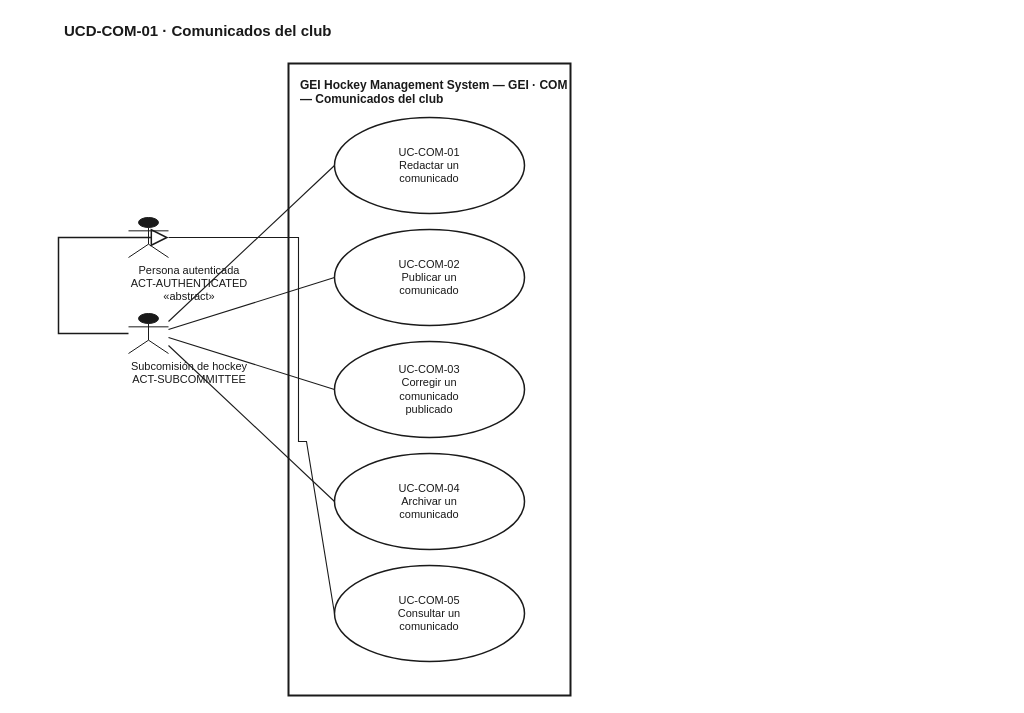
Earlier version of the draw.io diagram docs/uml/use-cases/source-v1_1/UCD-COM-01__GEI_Announcements.drawio (xeyroxpagode/Cluber). Source tidied: cells renumbered, new cells numbered last; positions are measured from the earlier drawing's top-left corner, leaving out a move shared by most shapes. Both pictures are drawn from the tidied source at 100%, with x=0, y=0 at pixel (58, 17).
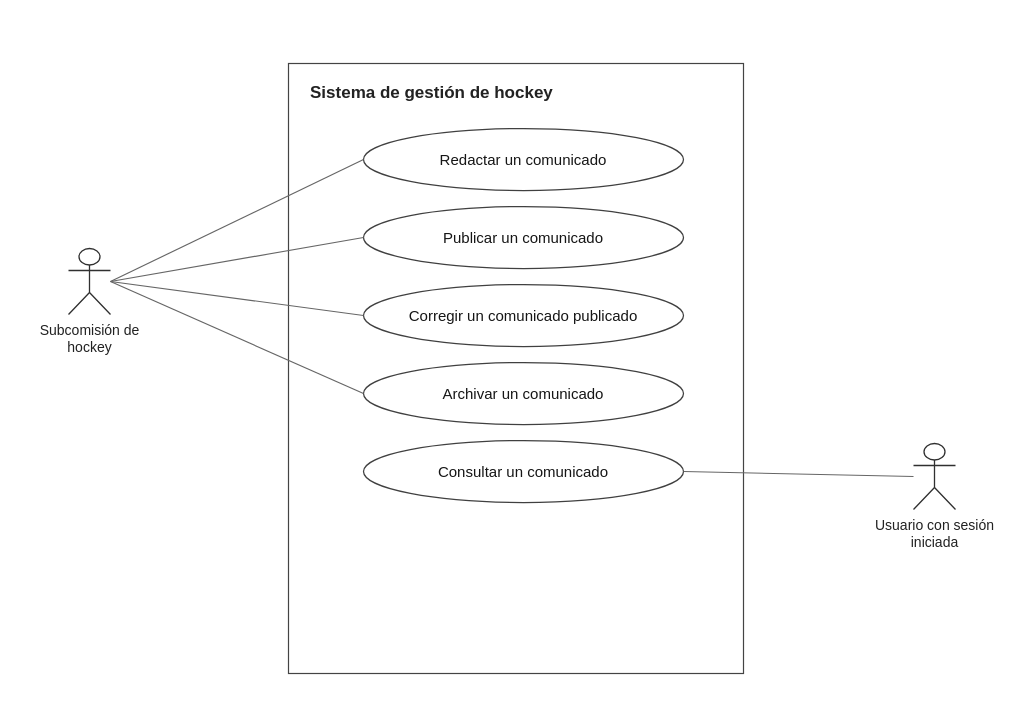
The same diagram, later.

Diff of the diagram source:
```diff
@@
-<mxGraphModel>
+<mxGraphModel background="#FFFFFF">
@@
-    <mxCell id="2" value="UCD-COM-01 · Comunicados del club" style="text;html=1;strokeColor=none;fillColor=none;align=left;verticalAlign=middle;fontFamily=Helvetica;fontSize=15;fontStyle=1;fontColor=#1A1A1A;" parent="1" vertex="1">
-      <mxGeometry x="4" width="800" height="26" as="geometry" />
-    </mxCell>
-    <mxCell id="3" value="GEI Hockey Management System — GEI · COM — Comunicados del club" style="rounded=0;whiteSpace=wrap;html=1;fillColor=#FFFFFF;strokeColor=#1A1A1A;strokeWidth=2;verticalAlign=top;align=left;spacingLeft=10;spacingTop=8;fontFamily=Helvetica;fontSize=12;fontStyle=1;fontColor=#1A1A1A;" parent="1" vertex="1">
-      <mxGeometry x="230" y="46" width="282" height="632" as="geometry" />
+    <mxCell id="3" value="Sistema de gestión de hockey" style="rounded=0;whiteSpace=wrap;html=1;fillColor=#FFFFFF;strokeColor=#444444;strokeWidth=1.2;fontStyle=1;fontSize=17;fontColor=#222222;align=left;verticalAlign=top;spacingLeft=20;spacingTop=13;" parent="1" vertex="1">
+      <mxGeometry x="230" y="46" width="455" height="610" as="geometry" />
     </mxCell>
-    <mxCell id="4" value="UC-COM-01&lt;br&gt;Redactar un&lt;br&gt;comunicado" style="ellipse;whiteSpace=wrap;html=1;fillColor=#FFFFFF;strokeColor=#1A1A1A;strokeWidth=1.5;fontFamily=Helvetica;fontSize=11;fontColor=#1A1A1A;align=center;verticalAlign=middle;" parent="1" vertex="1">
-      <mxGeometry x="276" y="100" width="190" height="96" as="geometry" />
-    </mxCell>
-    <mxCell id="5" value="UC-COM-02&lt;br&gt;Publicar un&lt;br&gt;comunicado" style="ellipse;whiteSpace=wrap;html=1;fillColor=#FFFFFF;strokeColor=#1A1A1A;strokeWidth=1.5;fontFamily=Helvetica;fontSize=11;fontColor=#1A1A1A;align=center;verticalAlign=middle;" parent="1" vertex="1">
-      <mxGeometry x="276" y="212" width="190" height="96" as="geometry" />
-    </mxCell>
-    <mxCell id="6" value="UC-COM-03&lt;br&gt;Corregir un&lt;br&gt;comunicado&lt;br&gt;publicado" style="ellipse;whiteSpace=wrap;html=1;fillColor=#FFFFFF;strokeColor=#1A1A1A;strokeWidth=1.5;fontFamily=Helvetica;fontSize=11;fontColor=#1A1A1A;align=center;verticalAlign=middle;" parent="1" vertex="1">
-      <mxGeometry x="276" y="324" width="190" height="96" as="geometry" />
-    </mxCell>
-    <mxCell id="7" value="UC-COM-04&lt;br&gt;Archivar un&lt;br&gt;comunicado" style="ellipse;whiteSpace=wrap;html=1;fillColor=#FFFFFF;strokeColor=#1A1A1A;strokeWidth=1.5;fontFamily=Helvetica;fontSize=11;fontColor=#1A1A1A;align=center;verticalAlign=middle;" parent="1" vertex="1">
-      <mxGeometry x="276" y="436" width="190" height="96" as="geometry" />
-    </mxCell>
-    <mxCell id="8" value="UC-COM-05&lt;br&gt;Consultar un&lt;br&gt;comunicado" style="ellipse;whiteSpace=wrap;html=1;fillColor=#FFFFFF;strokeColor=#1A1A1A;strokeWidth=1.5;fontFamily=Helvetica;fontSize=11;fontColor=#1A1A1A;align=center;verticalAlign=middle;" parent="1" vertex="1">
-      <mxGeometry x="276" y="548" width="190" height="96" as="geometry" />
-    </mxCell>
-    <mxCell id="9" style="shape=umlActor;html=1;verticalLabelPosition=bottom;verticalAlign=top;align=center;labelBackgroundColor=#FFFFFF;fontFamily=Helvetica;fontSize=11;fontColor=#1A1A1A;strokeColor=#1A1A1A;fillColor=#1A1A1A;" parent="1" vertex="1">
-      <mxGeometry x="70" y="200" width="40" height="40" as="geometry" />
-    </mxCell>
-    <mxCell id="10" value="Persona autenticada&lt;br&gt;ACT-AUTHENTICATED&lt;br&gt;«abstract»" style="text;html=1;strokeColor=none;fillColor=none;align=center;verticalAlign=top;fontFamily=Helvetica;fontSize=11;fontColor=#1A1A1A;whiteSpace=wrap;" parent="1" vertex="1">
-      <mxGeometry x="46" y="240" width="170" height="42" as="geometry" />
-    </mxCell>
-    <mxCell id="11" style="shape=umlActor;html=1;verticalLabelPosition=bottom;verticalAlign=top;align=center;labelBackgroundColor=#FFFFFF;fontFamily=Helvetica;fontSize=11;fontColor=#1A1A1A;strokeColor=#1A1A1A;fillColor=#1A1A1A;" parent="1" vertex="1">
-      <mxGeometry x="70" y="296" width="40" height="40" as="geometry" />
-    </mxCell>
-    <mxCell id="12" value="Subcomisión de hockey&lt;br&gt;ACT-SUBCOMMITTEE" style="text;html=1;strokeColor=none;fillColor=none;align=center;verticalAlign=top;fontFamily=Helvetica;fontSize=11;fontColor=#1A1A1A;whiteSpace=wrap;" parent="1" vertex="1">
-      <mxGeometry x="46" y="336" width="170" height="28" as="geometry" />
-    </mxCell>
-    <mxCell id="13" style="endArrow=block;endFill=0;endSize=14;html=1;rounded=0;strokeColor=#1A1A1A;strokeWidth=1.5;exitX=0;exitY=0.5;exitDx=0;exitDy=0;entryX=1;entryY=0.5000;entryDx=0;entryDy=0;" parent="1" edge="1" source="11" target="9">
-      <mxGeometry relative="1" as="geometry">
-        <Array as="points">
-          <mxPoint y="316" />
-          <mxPoint y="220" />
-        </Array>
-      </mxGeometry>
-    </mxCell>
-    <mxCell id="14" style="endArrow=none;html=1;rounded=0;strokeColor=#1A1A1A;strokeWidth=1.1;exitX=1;exitY=0.2;exitDx=0;exitDy=0;entryX=0;entryY=0.5;entryDx=0;entryDy=0;" parent="1" edge="1" source="11" target="4">
-      <mxGeometry relative="1" as="geometry" />
-    </mxCell>
-    <mxCell id="15" style="endArrow=none;html=1;rounded=0;strokeColor=#1A1A1A;strokeWidth=1.1;exitX=1;exitY=0.4;exitDx=0;exitDy=0;entryX=0;entryY=0.5;entryDx=0;entryDy=0;" parent="1" edge="1" source="11" target="5">
-      <mxGeometry relative="1" as="geometry" />
-    </mxCell>
-    <mxCell id="16" style="endArrow=none;html=1;rounded=0;strokeColor=#1A1A1A;strokeWidth=1.1;exitX=1;exitY=0.6;exitDx=0;exitDy=0;entryX=0;entryY=0.5;entryDx=0;entryDy=0;" parent="1" edge="1" source="11" target="6">
-      <mxGeometry relative="1" as="geometry" />
-    </mxCell>
-    <mxCell id="17" style="endArrow=none;html=1;rounded=0;strokeColor=#1A1A1A;strokeWidth=1.1;exitX=1;exitY=0.8;exitDx=0;exitDy=0;entryX=0;entryY=0.5;entryDx=0;entryDy=0;" parent="1" edge="1" source="11" target="7">
-      <mxGeometry relative="1" as="geometry" />
-    </mxCell>
-    <mxCell id="18" style="endArrow=none;html=1;rounded=0;strokeColor=#1A1A1A;strokeWidth=1.1;exitX=1;exitY=0.5;exitDx=0;exitDy=0;entryX=0;entryY=0.5;entryDx=0;entryDy=0;" parent="1" edge="1" source="9" target="8">
-      <mxGeometry relative="1" as="geometry">
-        <Array as="points">
-          <mxPoint x="240" y="220" />
-          <mxPoint x="240" y="424" />
-          <mxPoint x="248" y="424" />
-          <mxPoint x="276" y="596" />
-        </Array>
-      </mxGeometry>
-    </mxCell>
+    <mxCell id="19" value="Redactar un comunicado" style="ellipse;html=1;whiteSpace=wrap;fillColor=#FFFFFF;strokeColor=#404040;strokeWidth=1.25;fontColor=#161616;fontSize=15;align=center;verticalAlign=middle;spacing=10;" parent="1" vertex="1">
+      <mxGeometry x="305" y="111" width="320" height="62" as="geometry" />
+    </mxCell>
+    <mxCell id="20" value="Publicar un comunicado" style="ellipse;html=1;whiteSpace=wrap;fillColor=#FFFFFF;strokeColor=#404040;strokeWidth=1.25;fontColor=#161616;fontSize=15;align=center;verticalAlign=middle;spacing=10;" parent="1" vertex="1">
+      <mxGeometry x="305" y="189" width="320" height="62" as="geometry" />
+    </mxCell>
+    <mxCell id="21" value="Corregir un comunicado publicado" style="ellipse;html=1;whiteSpace=wrap;fillColor=#FFFFFF;strokeColor=#404040;strokeWidth=1.25;fontColor=#161616;fontSize=15;align=center;verticalAlign=middle;spacing=10;" parent="1" vertex="1">
+      <mxGeometry x="305" y="267" width="320" height="62" as="geometry" />
+    </mxCell>
+    <mxCell id="22" value="Archivar un comunicado" style="ellipse;html=1;whiteSpace=wrap;fillColor=#FFFFFF;strokeColor=#404040;strokeWidth=1.25;fontColor=#161616;fontSize=15;align=center;verticalAlign=middle;spacing=10;" parent="1" vertex="1">
+      <mxGeometry x="305" y="345" width="320" height="62" as="geometry" />
+    </mxCell>
+    <mxCell id="23" value="Consultar un comunicado" style="ellipse;html=1;whiteSpace=wrap;fillColor=#FFFFFF;strokeColor=#404040;strokeWidth=1.25;fontColor=#161616;fontSize=15;align=center;verticalAlign=middle;spacing=10;" parent="1" vertex="1">
+      <mxGeometry x="305" y="423" width="320" height="62" as="geometry" />
+    </mxCell>
+    <mxCell id="24" style="shape=umlActor;html=1;strokeColor=#303030;strokeWidth=1.3;fillColor=#FFFFFF;" parent="1" vertex="1">
+      <mxGeometry x="10" y="231" width="42" height="66" as="geometry" />
+    </mxCell>
+    <mxCell id="25" value="Subcomisión de hockey" style="text;html=1;whiteSpace=wrap;align=center;verticalAlign=top;fontSize=14;fontColor=#222222;fillColor=none;strokeColor=none;" parent="1" vertex="1">
+      <mxGeometry x="-41" y="298" width="145" height="44" as="geometry" />
+    </mxCell>
+    <mxCell id="26" style="shape=umlActor;html=1;strokeColor=#303030;strokeWidth=1.3;fillColor=#FFFFFF;" parent="1" vertex="1">
+      <mxGeometry x="855" y="426" width="42" height="66" as="geometry" />
+    </mxCell>
+    <mxCell id="27" value="Usuario con sesión iniciada" style="text;html=1;whiteSpace=wrap;align=center;verticalAlign=top;fontSize=14;fontColor=#222222;fillColor=none;strokeColor=none;" parent="1" vertex="1">
+      <mxGeometry x="804" y="493" width="145" height="44" as="geometry" />
+    </mxCell>
+    <mxCell id="28" style="endArrow=none;startArrow=none;html=1;strokeColor=#666666;strokeWidth=1.15;rounded=0;edgeStyle=none;exitX=0;exitY=0.5;entryX=1;entryY=0.5;" parent="1" edge="1" source="26" target="23">
+      <mxGeometry relative="1" as="geometry" />
+    </mxCell>
+    <mxCell id="29" style="endArrow=none;startArrow=none;html=1;strokeColor=#666666;strokeWidth=1.15;rounded=0;edgeStyle=none;exitX=1;exitY=0.5;entryX=0;entryY=0.5;" parent="1" edge="1" source="24" target="19">
+      <mxGeometry relative="1" as="geometry" />
+    </mxCell>
+    <mxCell id="30" style="endArrow=none;startArrow=none;html=1;strokeColor=#666666;strokeWidth=1.15;rounded=0;edgeStyle=none;exitX=1;exitY=0.5;entryX=0;entryY=0.5;" parent="1" edge="1" source="24" target="20">
+      <mxGeometry relative="1" as="geometry" />
+    </mxCell>
+    <mxCell id="31" style="endArrow=none;startArrow=none;html=1;strokeColor=#666666;strokeWidth=1.15;rounded=0;edgeStyle=none;exitX=1;exitY=0.5;entryX=0;entryY=0.5;" parent="1" edge="1" source="24" target="21">
+      <mxGeometry relative="1" as="geometry" />
+    </mxCell>
+    <mxCell id="32" style="endArrow=none;startArrow=none;html=1;strokeColor=#666666;strokeWidth=1.15;rounded=0;edgeStyle=none;exitX=1;exitY=0.5;entryX=0;entryY=0.5;" parent="1" edge="1" source="24" target="22">
+      <mxGeometry relative="1" as="geometry" />
+    </mxCell>
```
